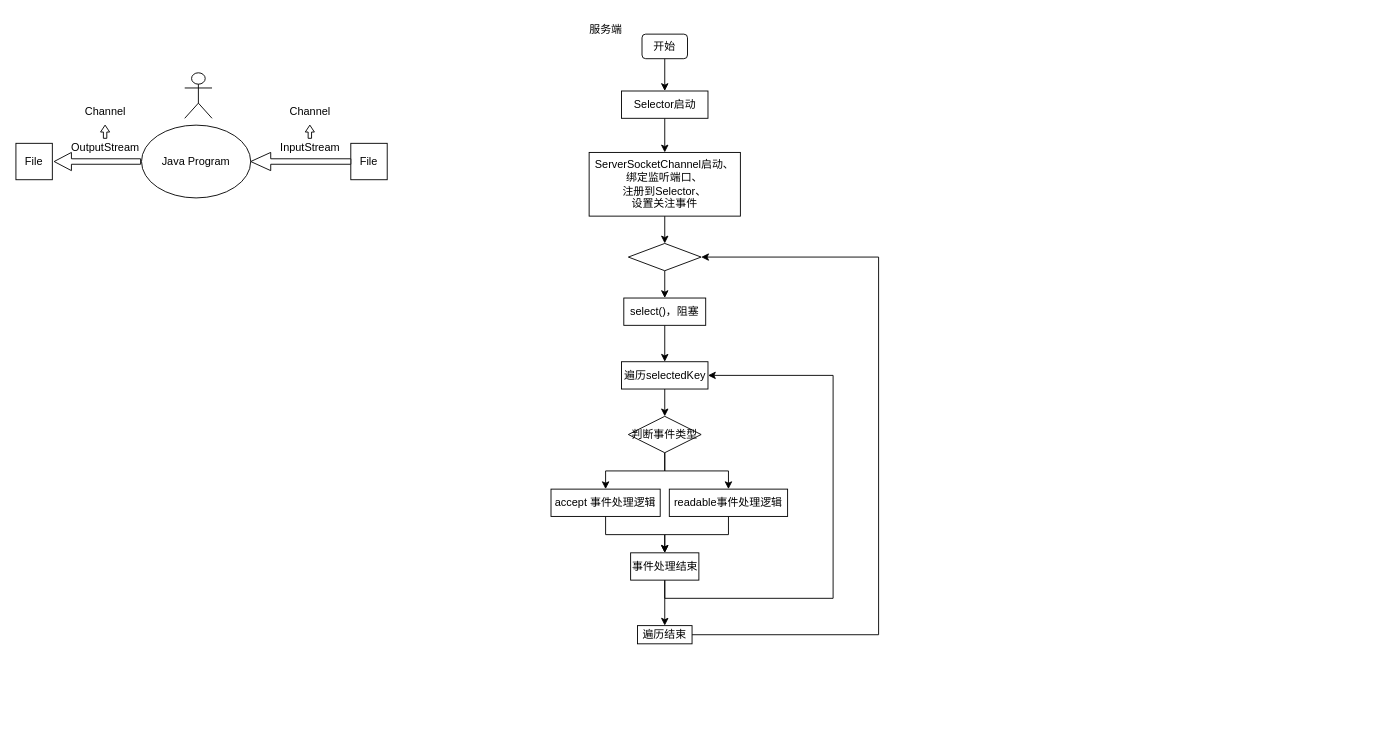
Earlier version of the draw.io diagram Netty/javaNetty.drawio (JongEEE/myDraws). Source tidied: cells renumbered, new cells numbered last; positions are measured from the earlier drawing's top-left corner, leaving out a move shared by most shapes. Both pictures are drawn from the tidied source at 91%, with x=0, y=0 at pixel (15, 15).
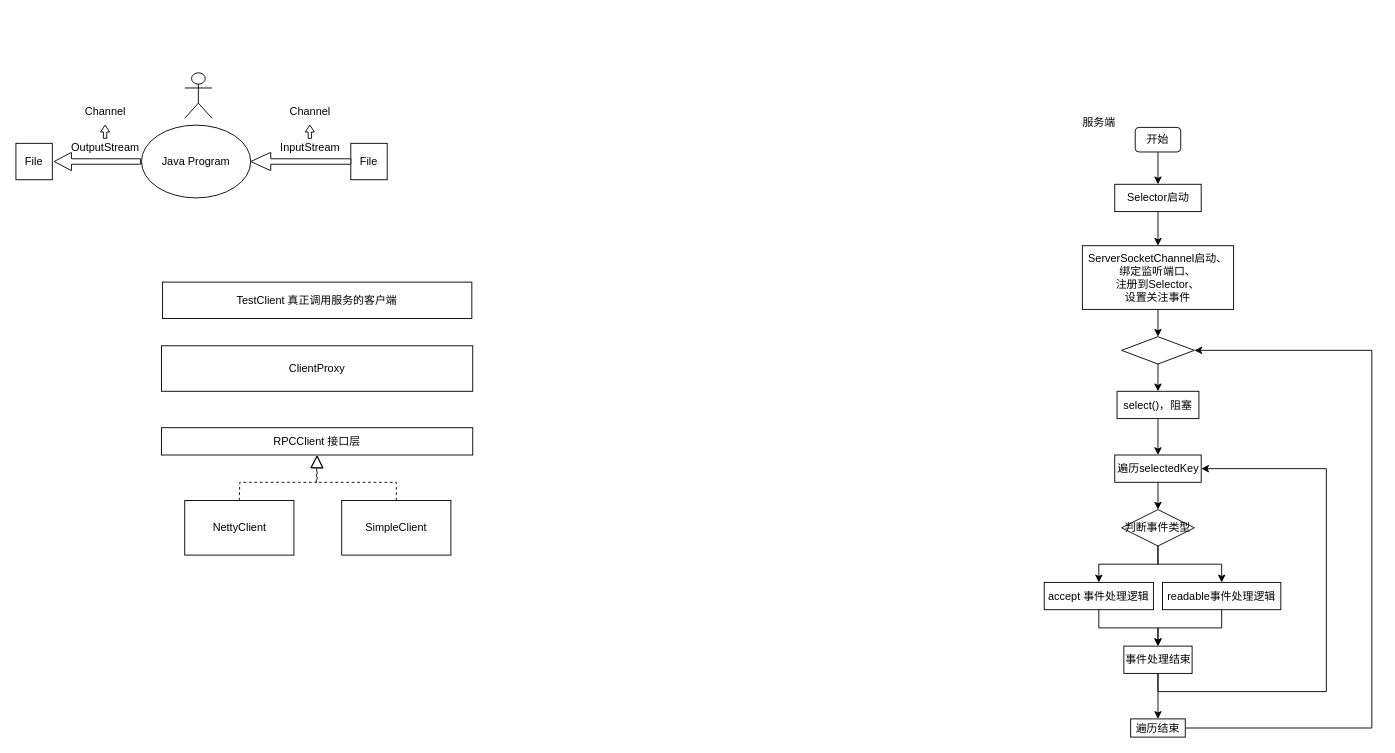
The same diagram, later.

The edit, as a diff of the source:
```diff
@@
     <mxCell id="14" style="group;" parent="1" vertex="1">
-      <mxGeometry x="588" width="360" height="690" as="geometry" />
+      <mxGeometry x="1130" y="102.5" width="360" height="690" as="geometry" />
     </mxCell>
@@
+    <mxCell id="40" value="RPCClient 接口层" style="rounded=0;whiteSpace=wrap;html=1;" parent="1" vertex="1">
+      <mxGeometry x="160" y="452.5" width="342" height="30" as="geometry" />
+    </mxCell>
+    <mxCell id="41" value="ClientProxy" style="rounded=0;whiteSpace=wrap;html=1;" parent="1" vertex="1">
+      <mxGeometry x="160" y="362.5" width="342" height="50" as="geometry" />
+    </mxCell>
+    <mxCell id="42" value="NettyClient" style="rounded=0;whiteSpace=wrap;html=1;" parent="1" vertex="1">
+      <mxGeometry x="185.5" y="532.5" width="120" height="60" as="geometry" />
+    </mxCell>
+    <mxCell id="43" value="SimpleClient" style="rounded=0;whiteSpace=wrap;html=1;" parent="1" vertex="1">
+      <mxGeometry x="358" y="532.5" width="120" height="60" as="geometry" />
+    </mxCell>
+    <mxCell id="44" value="TestClient 真正调用服务的客户端" style="rounded=0;whiteSpace=wrap;html=1;" parent="1" vertex="1">
+      <mxGeometry x="161" y="292.5" width="340" height="40" as="geometry" />
+    </mxCell>
+    <mxCell id="45" style="endArrow=block;dashed=1;endFill=0;endSize=12;html=1;rounded=0;exitX=0.5;exitY=0;exitDx=0;exitDy=0;entryX=0.5;entryY=1;entryDx=0;entryDy=0;" parent="1" edge="1" source="42" target="40">
+      <mxGeometry relative="1" as="geometry">
+        <Array as="points">
+          <mxPoint x="246" y="512.5" />
+          <mxPoint x="290" y="512.5" />
+          <mxPoint x="331" y="512.5" />
+        </Array>
+      </mxGeometry>
+    </mxCell>
+    <mxCell id="46" style="endArrow=block;dashed=1;endFill=0;endSize=12;html=1;rounded=0;exitX=0.5;exitY=0;exitDx=0;exitDy=0;entryX=0.5;entryY=1;entryDx=0;entryDy=0;" parent="1" edge="1" source="43" target="40">
+      <mxGeometry relative="1" as="geometry">
+        <Array as="points">
+          <mxPoint x="418" y="512.5" />
+          <mxPoint x="330" y="512.5" />
+        </Array>
+      </mxGeometry>
+    </mxCell>
```
